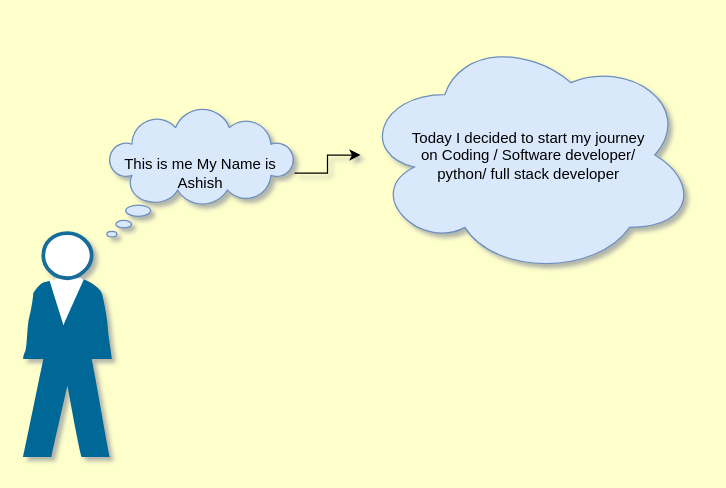
Above: Master_Plan.drawio in ashishmore4114/My-Learning-Journey (draw.io), before the change. Source tidied: cells renumbered, new cells numbered last; positions are measured from the earlier drawing's top-left corner, leaving out a move shared by most shapes. Both pictures are drawn from the tidied source at 125%, with x=0, y=0 at pixel (22, 34).
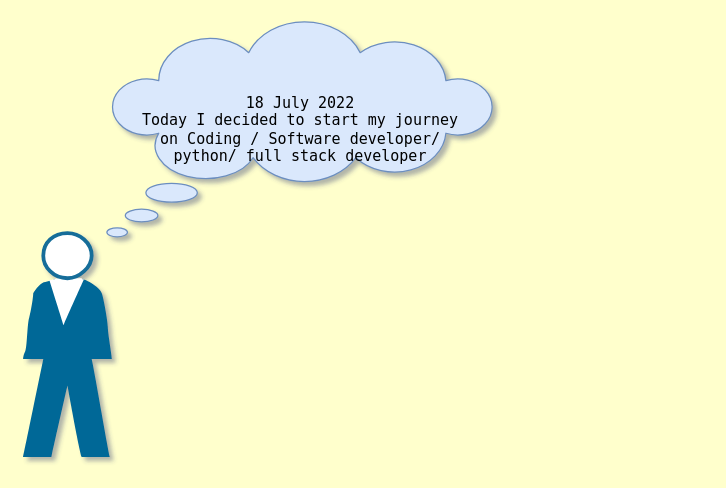
Above is the later version.

What changed in the source:
```diff
@@
 <mxGraphModel background="#FFFFCC" shadow="1">
   <root>
     <mxCell id="0" />
     <mxCell id="1" parent="0" />
     <mxCell id="2" style="shape=mxgraph.cisco.people.standing_man;html=1;dashed=0;fillColor=#036897;strokeColor=#ffffff;strokeWidth=2;verticalLabelPosition=bottom;verticalAlign=top;align=center;" parent="1" vertex="1">
       <mxGeometry y="159" width="71" height="179" as="geometry" />
     </mxCell>
-    <mxCell id="3" style="edgeStyle=orthogonalEdgeStyle;rounded=0;jettySize=auto;html=1;" parent="1" edge="1" source="4" target="5">
-      <mxGeometry relative="1" as="geometry" />
-    </mxCell>
-    <mxCell id="4" value="This is me My Name is Ashish&lt;br&gt;" style="whiteSpace=wrap;html=1;shape=mxgraph.basic.cloud_callout;fillColor=#dae8fc;strokeColor=#6c8ebf;" parent="1" vertex="1">
-      <mxGeometry x="67" y="60" width="150" height="102" as="geometry" />
+    <mxCell id="4" value="&lt;font face=&quot;Lucida Console&quot;&gt;18 July 2022&lt;br&gt;Today I decided to start my journey&lt;br&gt;on Coding / Software developer/&lt;br&gt;python/ full stack developer&lt;/font&gt;" style="whiteSpace=wrap;html=1;shape=mxgraph.basic.cloud_callout;fillColor=#dae8fc;strokeColor=#6c8ebf;" parent="1" vertex="1">
+      <mxGeometry x="67" y="-10" width="310" height="172" as="geometry" />
     </mxCell>
-    <mxCell id="5" value="Today I decided to start my journey &lt;br&gt;on Coding / Software developer/ &lt;br&gt;python/ full stack developer" style="ellipse;shape=cloud;whiteSpace=wrap;html=1;fillColor=#dae8fc;strokeColor=#6c8ebf;" parent="1" vertex="1">
-      <mxGeometry x="270" width="269" height="193" as="geometry" />
-    </mxCell>
   </root>
 </mxGraphModel>
```
